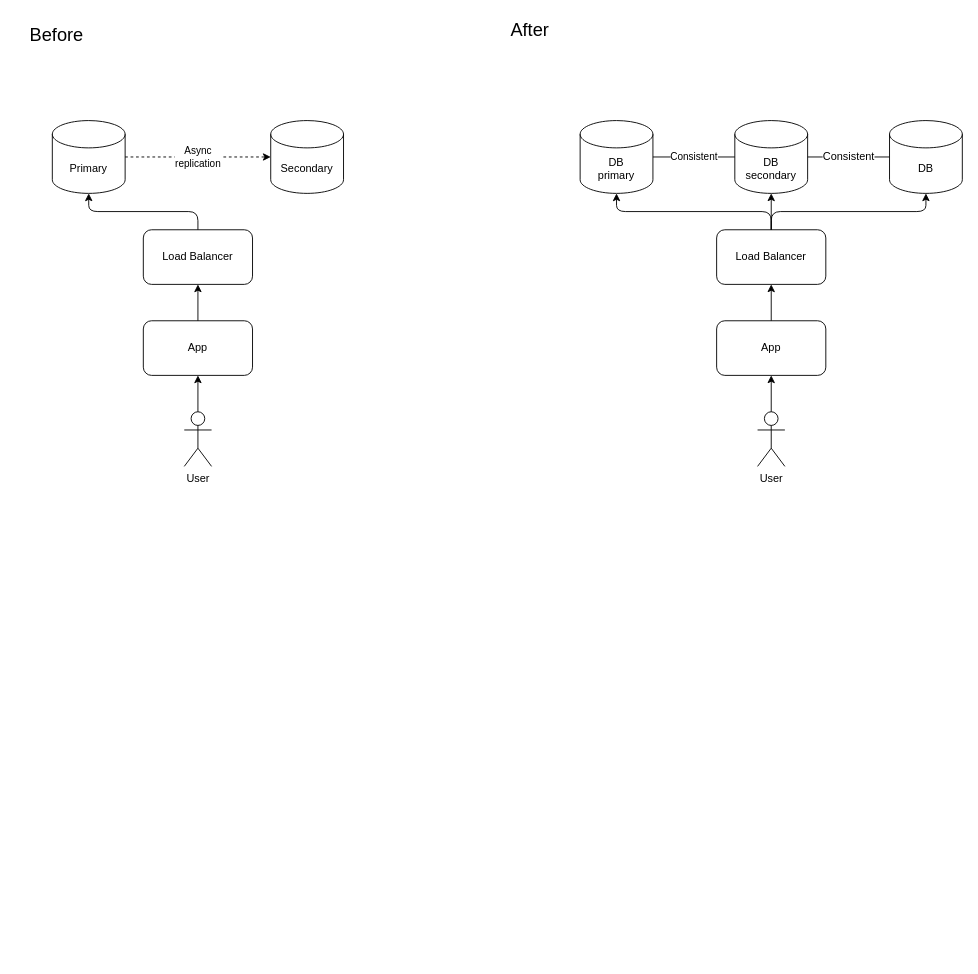
Before: 003_failover_region/predictable_failover_latency/diagram.drawio in codingconcepts/architecture-simplification, a draw.io diagram. Source tidied: cells renumbered, new cells numbered last; positions are measured from the earlier drawing's top-left corner, leaving out a move shared by most shapes. Both pictures are drawn from the tidied source at 91%, with x=0, y=0 at pixel (15, 15).
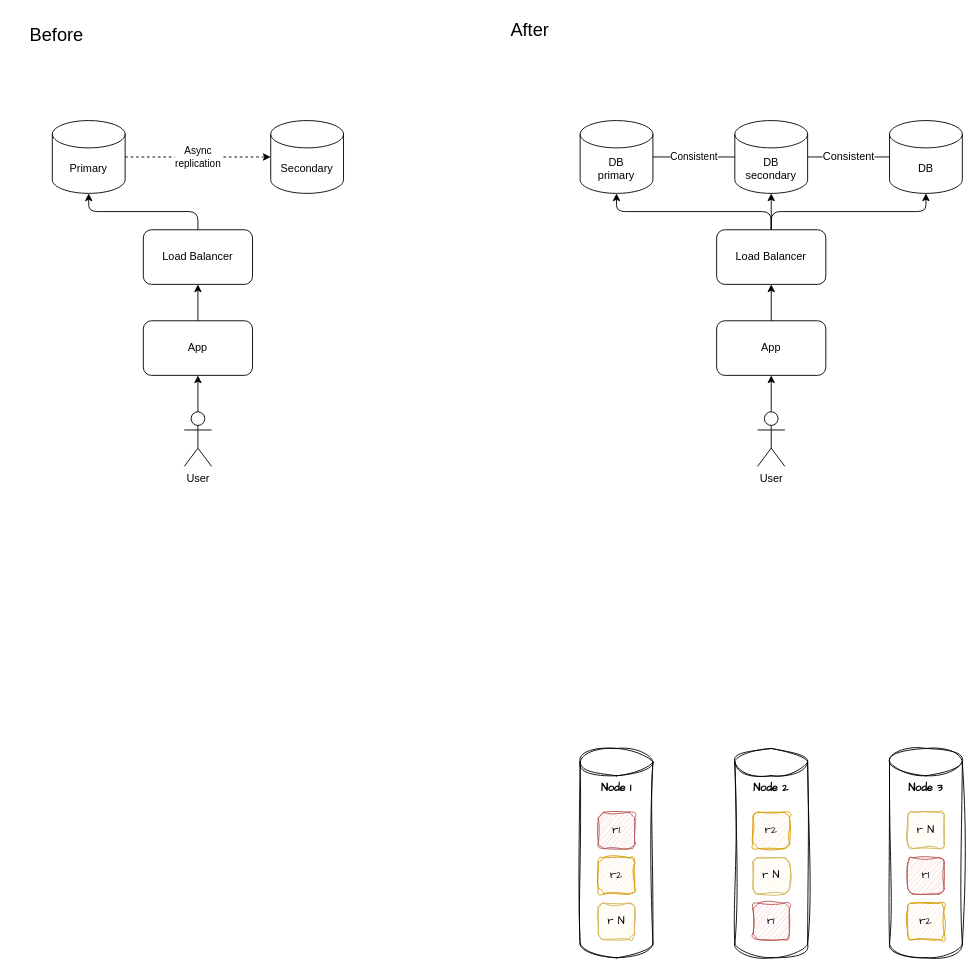
The same page after the edit.

The edit, as a diff of the source:
```diff
@@
+    <mxCell id="26" value="Node 1" style="shape=cylinder3;whiteSpace=wrap;html=1;boundedLbl=1;backgroundOutline=1;size=15;rounded=1;fontFamily=Architects Daughter;fillColor=none;verticalAlign=top;fontStyle=1;sketch=1;curveFitting=1;jiggle=2;" parent="1" vertex="1">
+      <mxGeometry x="620" y="805" width="80" height="230" as="geometry" />
+    </mxCell>
+    <mxCell id="27" value="Node 2" style="shape=cylinder3;whiteSpace=wrap;html=1;boundedLbl=1;backgroundOutline=1;size=15;rounded=1;fontFamily=Architects Daughter;fillColor=none;verticalAlign=top;fontStyle=1;sketch=1;curveFitting=1;jiggle=2;" parent="1" vertex="1">
+      <mxGeometry x="790" y="805" width="80" height="230" as="geometry" />
+    </mxCell>
+    <mxCell id="28" value="Node 3" style="shape=cylinder3;whiteSpace=wrap;html=1;boundedLbl=1;backgroundOutline=1;size=15;rounded=1;fontFamily=Architects Daughter;fillColor=none;verticalAlign=top;fontStyle=1;sketch=1;curveFitting=1;jiggle=2;" parent="1" vertex="1">
+      <mxGeometry x="960" y="805" width="80" height="230" as="geometry" />
+    </mxCell>
+    <mxCell id="29" value="r1" style="rounded=1;whiteSpace=wrap;html=1;sketch=1;hachureGap=4;jiggle=2;curveFitting=1;fontFamily=Architects Daughter;fontSize=12;fillColor=#f8cecc;strokeColor=#b85450;" parent="1" vertex="1">
+      <mxGeometry x="640" y="875" width="40" height="40" as="geometry" />
+    </mxCell>
+    <mxCell id="30" value="r2" style="rounded=1;whiteSpace=wrap;html=1;sketch=1;hachureGap=4;jiggle=2;curveFitting=1;fontFamily=Architects Daughter;fontSize=12;fillColor=#ffe6cc;strokeColor=#d79b00;" parent="1" vertex="1">
+      <mxGeometry x="640" y="925" width="40" height="40" as="geometry" />
+    </mxCell>
+    <mxCell id="31" value="r N" style="rounded=1;whiteSpace=wrap;html=1;sketch=1;hachureGap=4;jiggle=2;curveFitting=1;fontFamily=Architects Daughter;fontSize=12;fillColor=#fff2cc;strokeColor=#d6b656;" parent="1" vertex="1">
+      <mxGeometry x="640" y="975" width="40" height="40" as="geometry" />
+    </mxCell>
+    <mxCell id="32" value="r2" style="rounded=1;whiteSpace=wrap;html=1;sketch=1;hachureGap=4;jiggle=2;curveFitting=1;fontFamily=Architects Daughter;fontSize=12;fillColor=#ffe6cc;strokeColor=#d79b00;" parent="1" vertex="1">
+      <mxGeometry x="810" y="875" width="40" height="40" as="geometry" />
+    </mxCell>
+    <mxCell id="33" value="r N" style="rounded=1;whiteSpace=wrap;html=1;sketch=1;hachureGap=4;jiggle=2;curveFitting=1;fontFamily=Architects Daughter;fontSize=12;fillColor=#fff2cc;strokeColor=#d6b656;" parent="1" vertex="1">
+      <mxGeometry x="810" y="925" width="40" height="40" as="geometry" />
+    </mxCell>
+    <mxCell id="34" value="r1" style="rounded=1;whiteSpace=wrap;html=1;sketch=1;hachureGap=4;jiggle=2;curveFitting=1;fontFamily=Architects Daughter;fontSize=12;fillColor=#f8cecc;strokeColor=#b85450;" parent="1" vertex="1">
+      <mxGeometry x="810" y="975" width="40" height="40" as="geometry" />
+    </mxCell>
+    <mxCell id="35" value="r N" style="rounded=1;whiteSpace=wrap;html=1;sketch=1;hachureGap=4;jiggle=2;curveFitting=1;fontFamily=Architects Daughter;fontSize=12;fillColor=#fff2cc;strokeColor=#d6b656;" parent="1" vertex="1">
+      <mxGeometry x="980" y="875" width="40" height="40" as="geometry" />
+    </mxCell>
+    <mxCell id="36" value="r1" style="rounded=1;whiteSpace=wrap;html=1;sketch=1;hachureGap=4;jiggle=2;curveFitting=1;fontFamily=Architects Daughter;fontSize=12;fillColor=#f8cecc;strokeColor=#b85450;" parent="1" vertex="1">
+      <mxGeometry x="980" y="925" width="40" height="40" as="geometry" />
+    </mxCell>
+    <mxCell id="37" value="r2" style="rounded=1;whiteSpace=wrap;html=1;sketch=1;hachureGap=4;jiggle=2;curveFitting=1;fontFamily=Architects Daughter;fontSize=12;fillColor=#ffe6cc;strokeColor=#d79b00;" parent="1" vertex="1">
+      <mxGeometry x="980" y="975" width="40" height="40" as="geometry" />
+    </mxCell>
```
